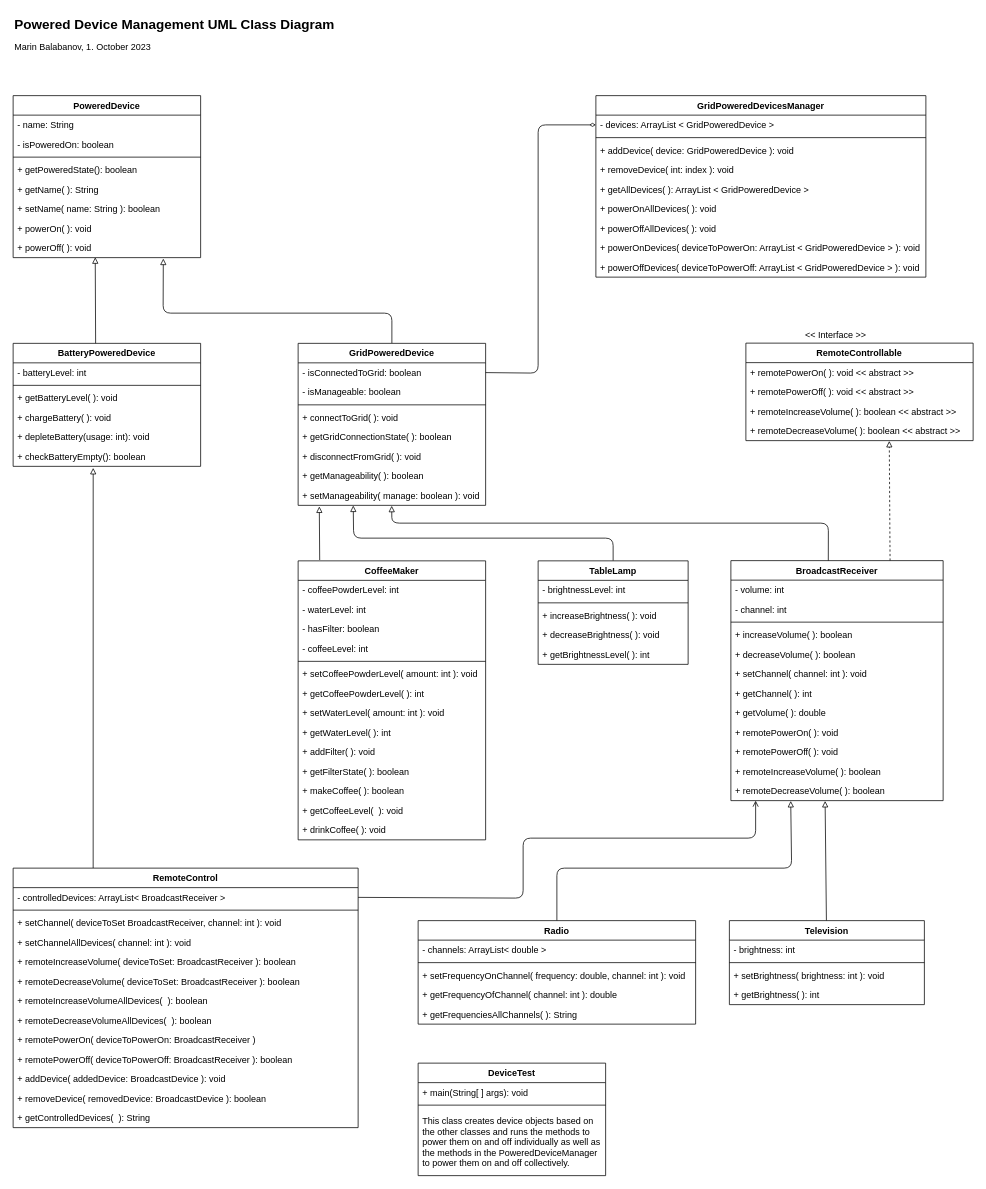
mbalabanov/Devices keeps this draw.io diagram as DevicesUML.drawio. Above is the earlier version. Source tidied: cells renumbered, new cells numbered last; positions are measured from the earlier drawing's top-left corner, leaving out a move shared by most shapes. Both pictures are drawn from the tidied source at 75%, with x=0, y=0 at pixel (13, 13).
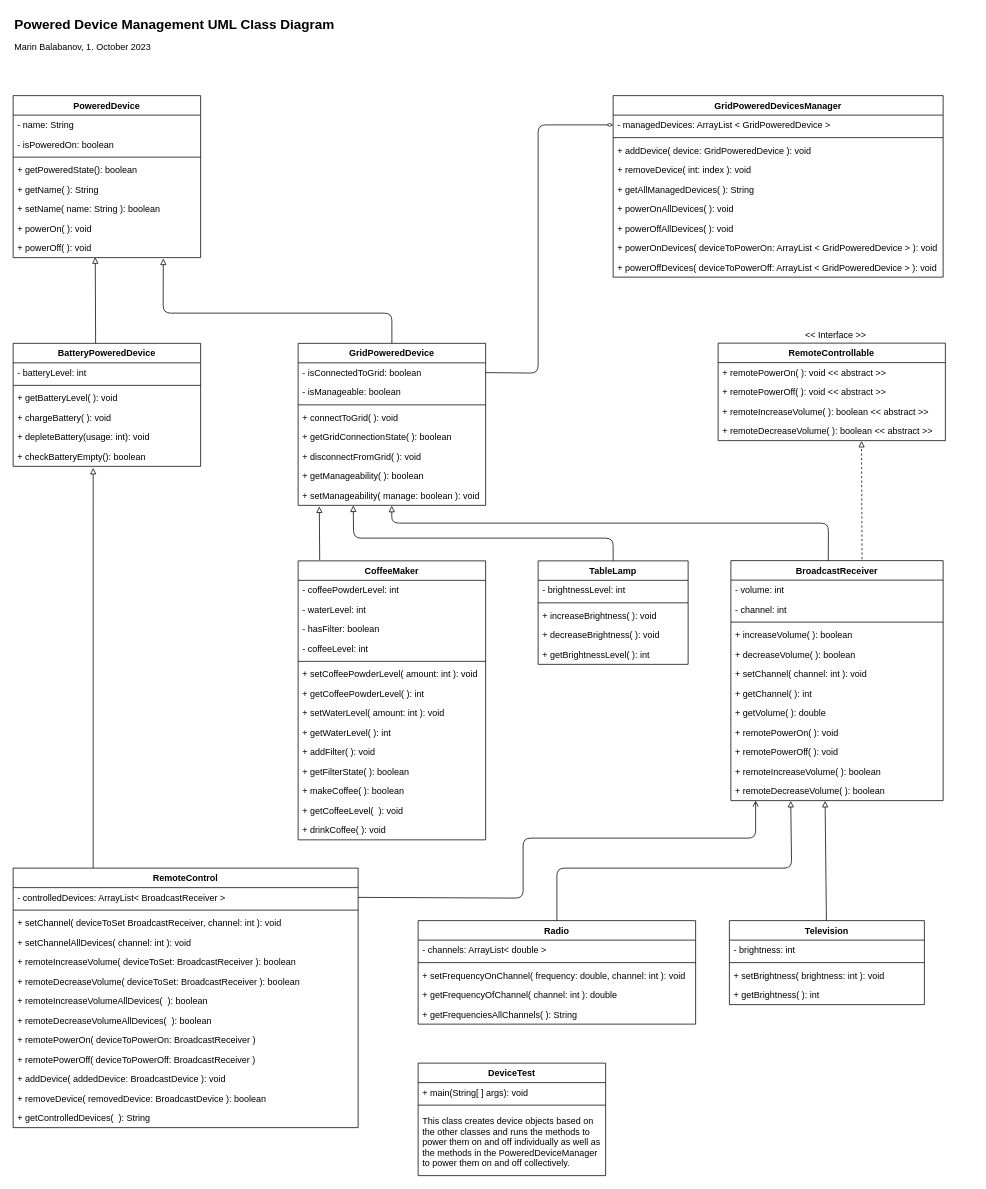
After the change.

Unchanged cells that the change refers to:
```xml
<mxCell id="26" value="BroadcastReceiver" style="swimlane;fontStyle=1;align=center;verticalAlign=top;horizontal=1;startSize=26;" parent="1" vertex="1">
  <mxGeometry x="957" y="730" width="283" height="320" as="geometry" />
</mxCell>
<mxCell id="65" value="+ remoteDecreaseVolume( ): boolean &lt;&lt; abstract &gt;&gt;" style="text;strokeColor=none;fillColor=none;align=left;verticalAlign=top;spacingLeft=4;spacingRight=4;overflow=hidden;points=[[0,0.5],[1,0.5]];portConstraint=eastwest;" parent="61" vertex="1">
  <mxGeometry y="104" width="303" height="26" as="geometry" />
</mxCell>
<mxCell id="84" value="RemoteControl" style="swimlane;fontStyle=1;align=center;verticalAlign=top;horizontal=1;startSize=26;" parent="1" vertex="1">
  <mxGeometry y="1140" width="460" height="346" as="geometry" />
</mxCell>
```

Change to the diagram source:
```diff
@@
-    <mxCell id="25" style="edgeStyle=none;html=1;exitX=0.75;exitY=0;exitDx=0;exitDy=0;dashed=1;endArrow=block;endFill=0;entryX=0.631;entryY=1.016;entryDx=0;entryDy=0;entryPerimeter=0;" parent="1" edge="1" source="26" target="65">
+    <mxCell id="25" style="edgeStyle=none;html=1;exitX=0.618;exitY=-0.006;exitDx=0;exitDy=0;dashed=1;endArrow=block;endFill=0;entryX=0.631;entryY=1.016;entryDx=0;entryDy=0;entryPerimeter=0;exitPerimeter=0;" parent="1" edge="1" source="26" target="65">
       <mxGeometry relative="1" as="geometry" />
     </mxCell>
@@
     <mxCell id="61" value="RemoteControllable" style="swimlane;fontStyle=1;align=center;verticalAlign=top;horizontal=1;startSize=26;" parent="1" vertex="1">
-      <mxGeometry x="977" y="440" width="303" height="130" as="geometry" />
+      <mxGeometry x="940" y="440" width="303" height="130" as="geometry" />
     </mxCell>
@@
     <mxCell id="66" value="GridPoweredDevicesManager" style="swimlane;fontStyle=1;align=center;verticalAlign=top;horizontal=1;startSize=26;" parent="1" vertex="1">
-      <mxGeometry x="777" y="110" width="440" height="242" as="geometry" />
+      <mxGeometry x="800" y="110" width="440" height="242" as="geometry" />
     </mxCell>
-    <mxCell id="67" value="- devices: ArrayList &lt; GridPoweredDevice &gt;" style="text;strokeColor=none;fillColor=none;align=left;verticalAlign=top;spacingLeft=4;spacingRight=4;overflow=hidden;points=[[0,0.5],[1,0.5]];portConstraint=eastwest;" parent="66" vertex="1">
+    <mxCell id="67" value="- managedDevices: ArrayList &lt; GridPoweredDevice &gt;" style="text;strokeColor=none;fillColor=none;align=left;verticalAlign=top;spacingLeft=4;spacingRight=4;overflow=hidden;points=[[0,0.5],[1,0.5]];portConstraint=eastwest;" parent="66" vertex="1">
       <mxGeometry y="26" width="440" height="26" as="geometry" />
     </mxCell>
@@
-    <mxCell id="71" value="+ getAllDevices( ): ArrayList &lt; GridPoweredDevice &gt;" style="text;strokeColor=none;fillColor=none;align=left;verticalAlign=top;spacingLeft=4;spacingRight=4;overflow=hidden;" parent="66" vertex="1">
+    <mxCell id="71" value="+ getAllManagedDevices( ): String" style="text;strokeColor=none;fillColor=none;align=left;verticalAlign=top;spacingLeft=4;spacingRight=4;overflow=hidden;" parent="66" vertex="1">
       <mxGeometry y="112" width="440" height="26" as="geometry" />
     </mxCell>
@@
-    <mxCell id="94" value="+ remotePowerOff( deviceToPowerOff: BroadcastReceiver ): boolean" style="text;strokeColor=none;fillColor=none;align=left;verticalAlign=top;spacingLeft=4;spacingRight=4;overflow=hidden;" parent="84" vertex="1">
+    <mxCell id="94" value="+ remotePowerOff( deviceToPowerOff: BroadcastReceiver )" style="text;strokeColor=none;fillColor=none;align=left;verticalAlign=top;spacingLeft=4;spacingRight=4;overflow=hidden;" parent="84" vertex="1">
       <mxGeometry y="242" width="460" height="26" as="geometry" />
     </mxCell>
```
